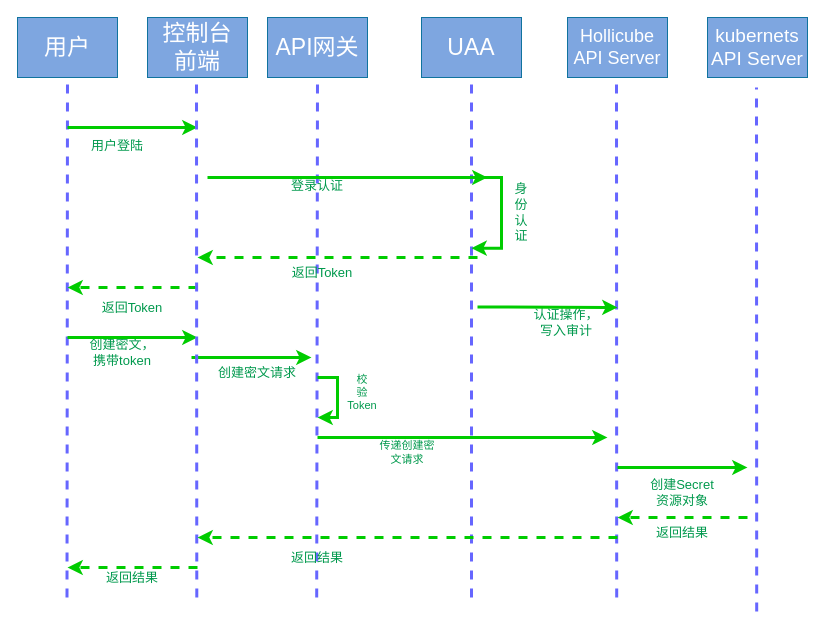
Earlier version of the draw.io diagram Untitled Diagram.drawio (TonyZZhang/AI_With_Drug_Development). Source tidied: cells renumbered, new cells numbered last; positions are measured from the earlier drawing's top-left corner, leaving out a move shared by most shapes. Both pictures are drawn from the tidied source at 100%, with x=0, y=0 at pixel (17, 17).
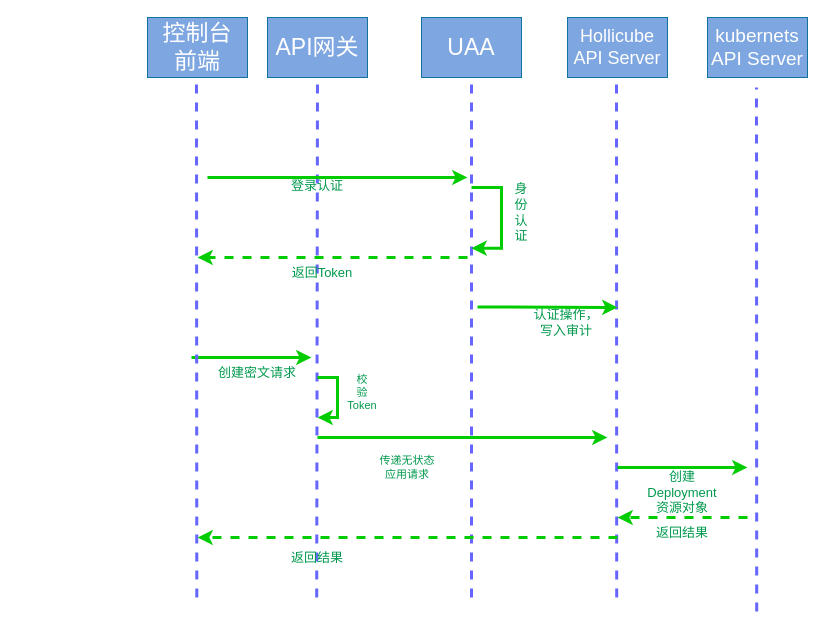
After the change.

The change refers to these unchanged cells:
```xml
<mxCell id="10" style="group;" parent="1" vertex="1">
  <mxGeometry x="250" width="170" height="580" as="geometry" />
</mxCell>
<mxCell id="21" style="group;" parent="1" vertex="1">
  <mxGeometry x="404" width="180" height="580" as="geometry" />
</mxCell>
<mxCell id="28" style="group;" parent="1" vertex="1">
  <mxGeometry x="550" width="150" height="580" as="geometry" />
</mxCell>
<mxCell id="39" style="group;" parent="1" vertex="1">
  <mxGeometry x="130" width="100" height="410" as="geometry" />
</mxCell>
```

The edit, as a diff of the source:
```diff
@@
-    <mxCell id="2" style="group;dashed=1;strokeColor=#FFFFFF;fillColor=none;perimeterSpacing=0;strokeWidth=0;" parent="1" vertex="1">
-      <mxGeometry width="150" height="580" as="geometry" />
-    </mxCell>
-    <mxCell id="3" value="&lt;font style=&quot;font-size: 23px&quot; color=&quot;#ffffff&quot;&gt;用户&lt;/font&gt;" style="rounded=0;whiteSpace=wrap;html=1;fillColor=#7EA6E0;strokeColor=#10739e;" parent="2" vertex="1">
-      <mxGeometry width="100" height="60" as="geometry" />
-    </mxCell>
-    <mxCell id="4" style="endArrow=none;dashed=1;html=1;strokeWidth=3;rounded=0;strokeColor=#6666FF;" parent="2" edge="1">
-      <mxGeometry relative="1" as="geometry">
-        <mxPoint x="49.5" y="580" as="sourcePoint" />
-        <mxPoint x="50" y="60" as="targetPoint" />
-      </mxGeometry>
-    </mxCell>
-    <mxCell id="5" style="endArrow=classic;html=1;rounded=0;fontSize=23;fontColor=#FFFFFF;strokeColor=#00CC00;strokeWidth=3;" parent="2" edge="1">
-      <mxGeometry relative="1" as="geometry">
-        <mxPoint x="50" y="110" as="sourcePoint" />
-        <mxPoint x="180" y="110" as="targetPoint" />
-      </mxGeometry>
-    </mxCell>
-    <mxCell id="6" value="&lt;font color=&quot;#00994d&quot; style=&quot;font-size: 13px&quot;&gt;用户登陆&lt;/font&gt;" style="text;html=1;strokeColor=none;fillColor=none;align=center;verticalAlign=middle;whiteSpace=wrap;rounded=0;dashed=1;fontSize=23;fontColor=#000000;" parent="2" vertex="1">
-      <mxGeometry x="70" y="110" width="60" height="30" as="geometry" />
-    </mxCell>
-    <mxCell id="7" value="返回Token" style="text;html=1;strokeColor=none;fillColor=none;align=center;verticalAlign=middle;whiteSpace=wrap;rounded=0;dashed=1;fontSize=13;fontColor=#00994D;" parent="2" vertex="1">
-      <mxGeometry x="80" y="275" width="70" height="30" as="geometry" />
-    </mxCell>
-    <mxCell id="8" value="创建密文，携带token" style="text;html=1;strokeColor=none;fillColor=none;align=center;verticalAlign=middle;whiteSpace=wrap;rounded=0;dashed=1;fontSize=13;fontColor=#00994D;" parent="2" vertex="1">
-      <mxGeometry x="70" y="320" width="70" height="30" as="geometry" />
-    </mxCell>
-    <mxCell id="9" value="返回结果" style="text;html=1;strokeColor=none;fillColor=none;align=center;verticalAlign=middle;whiteSpace=wrap;rounded=0;dashed=1;fontSize=13;fontColor=#00994D;" parent="2" vertex="1">
-      <mxGeometry x="85" y="545" width="60" height="30" as="geometry" />
-    </mxCell>
@@
-    <mxCell id="20" value="传递创建密文请求" style="text;html=1;strokeColor=none;fillColor=none;align=center;verticalAlign=middle;whiteSpace=wrap;rounded=0;dashed=1;fontSize=11;fontColor=#00994D;" parent="10" vertex="1">
-      <mxGeometry x="110" y="420" width="60" height="30" as="geometry" />
+    <mxCell id="20" value="传递无状态应用请求" style="text;html=1;strokeColor=none;fillColor=none;align=center;verticalAlign=middle;whiteSpace=wrap;rounded=0;dashed=1;fontSize=11;fontColor=#00994D;" parent="10" vertex="1">
+      <mxGeometry x="110" y="440" width="60" height="20" as="geometry" />
     </mxCell>
@@
     <mxCell id="24" style="endArrow=classic;html=1;rounded=0;fontSize=23;fontColor=#FFFFFF;strokeColor=#00CC00;strokeWidth=3;" parent="21" edge="1">
       <mxGeometry relative="1" as="geometry">
-        <mxPoint x="50" y="160" as="sourcePoint" />
+        <mxPoint x="50" y="170" as="sourcePoint" />
         <mxPoint x="50" y="230.7" as="targetPoint" />
         <Array as="points">
-          <mxPoint x="80" y="160" />
+          <mxPoint x="80" y="170" />
           <mxPoint x="80" y="230.7" />
         </Array>
       </mxGeometry>
     </mxCell>
@@
-    <mxCell id="32" value="创建Secret资源对象" style="text;html=1;strokeColor=none;fillColor=none;align=center;verticalAlign=middle;whiteSpace=wrap;rounded=0;dashed=1;fontSize=13;fontColor=#00994D;" parent="28" vertex="1">
+    <mxCell id="32" value="创建Deployment资源对象" style="text;html=1;strokeColor=none;fillColor=none;align=center;verticalAlign=middle;whiteSpace=wrap;rounded=0;dashed=1;fontSize=13;fontColor=#00994D;" parent="28" vertex="1">
       <mxGeometry x="80" y="460" width="70" height="30" as="geometry" />
     </mxCell>
@@
-    <mxCell id="41" style="endArrow=classic;html=1;rounded=0;fontSize=23;fontColor=#FFFFFF;strokeColor=#00CC00;strokeWidth=3;dashed=1;" parent="39" edge="1">
-      <mxGeometry relative="1" as="geometry">
-        <mxPoint x="50" y="270" as="sourcePoint" />
-        <mxPoint x="-80" y="270" as="targetPoint" />
-      </mxGeometry>
-    </mxCell>
-    <mxCell id="42" style="endArrow=classic;html=1;rounded=0;fontSize=23;fontColor=#FFFFFF;strokeColor=#00CC00;strokeWidth=3;" parent="39" edge="1">
-      <mxGeometry relative="1" as="geometry">
-        <mxPoint x="-80" y="320" as="sourcePoint" />
-        <mxPoint x="50" y="320" as="targetPoint" />
-      </mxGeometry>
-    </mxCell>
     <mxCell id="43" style="endArrow=classic;html=1;rounded=0;fontSize=23;fontColor=#FFFFFF;strokeColor=#00CC00;strokeWidth=3;dashed=1;" parent="1" edge="1">
       <mxGeometry relative="1" as="geometry">
-        <mxPoint x="460" y="240" as="sourcePoint" />
+        <mxPoint x="450" y="240" as="sourcePoint" />
         <mxPoint x="180" y="240" as="targetPoint" />
       </mxGeometry>
     </mxCell>
@@
-    <mxCell id="46" style="endArrow=classic;html=1;rounded=0;fontSize=23;fontColor=#FFFFFF;strokeColor=#00CC00;strokeWidth=3;dashed=1;" parent="1" edge="1">
-      <mxGeometry relative="1" as="geometry">
-        <mxPoint x="180" y="550" as="sourcePoint" />
-        <mxPoint x="50" y="550" as="targetPoint" />
-      </mxGeometry>
-    </mxCell>
     <mxCell id="47" style="endArrow=classic;html=1;rounded=0;fontSize=23;fontColor=#FFFFFF;strokeColor=#00CC00;strokeWidth=3;" parent="1" edge="1">
       <mxGeometry relative="1" as="geometry">
         <mxPoint x="190" y="160" as="sourcePoint" />
-        <mxPoint x="470" y="160" as="targetPoint" />
+        <mxPoint x="450" y="160" as="targetPoint" />
       </mxGeometry>
     </mxCell>
```
